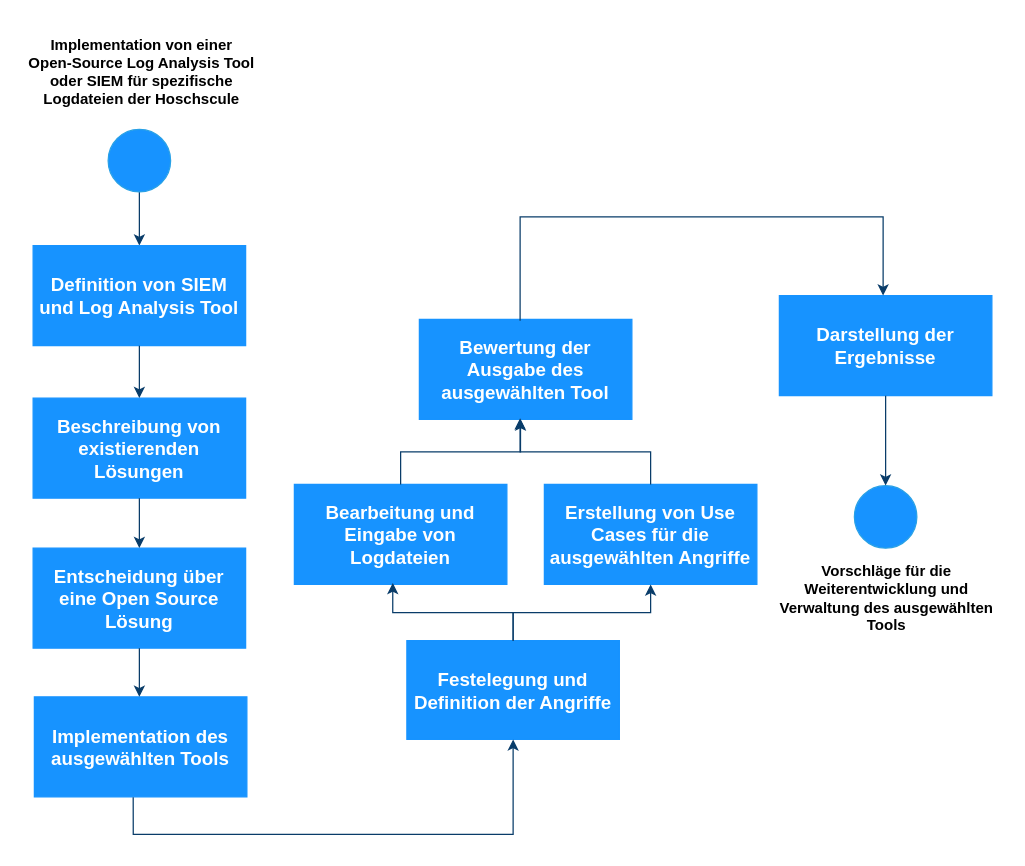
Above: Bachelorarbeit/assets/1_p1.drawio in Bruno-Macedo/Praxisbericht_Bacherloarbeit (draw.io), before the change. Source tidied: cells renumbered, new cells numbered last; positions are measured from the earlier drawing's top-left corner, leaving out a move shared by most shapes. Both pictures are drawn from the tidied source at 125%, with x=0, y=0 at pixel (21, 34).
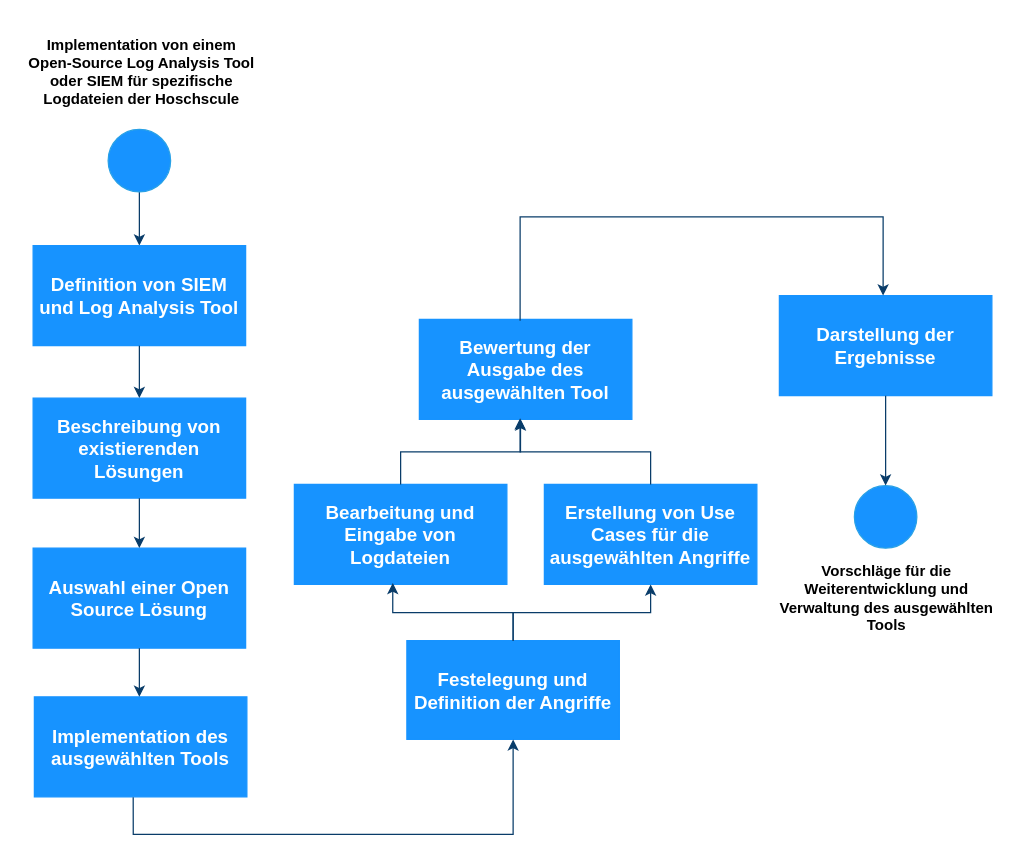
After the change.

What changed in the source:
```diff
@@
-    <mxCell id="4" value="&lt;p align=&quot;center&quot;&gt;&lt;b&gt;Implementation von einer Open-Source Log Analysis Tool oder SIEM für spezifische Logdateien der Hoschscule&lt;/b&gt;&lt;br&gt;&lt;/p&gt;" style="text;html=1;strokeColor=none;fillColor=none;spacing=5;spacingTop=-20;whiteSpace=wrap;overflow=hidden;rounded=0;" parent="1" vertex="1">
+    <mxCell id="4" value="&lt;p align=&quot;center&quot;&gt;&lt;b&gt;Implementation von einem Open-Source Log Analysis Tool oder SIEM für spezifische Logdateien der Hoschscule&lt;/b&gt;&lt;br&gt;&lt;/p&gt;" style="text;html=1;strokeColor=none;fillColor=none;spacing=5;spacingTop=-20;whiteSpace=wrap;overflow=hidden;rounded=0;" parent="1" vertex="1">
       <mxGeometry width="190" height="70" as="geometry" />
     </mxCell>
@@
-    <mxCell id="7" value="&lt;font style=&quot;font-size: 15px;&quot; color=&quot;#ffffff&quot;&gt;&lt;font style=&quot;font-size: 15px;&quot;&gt;&lt;b&gt;Entscheidung über eine Open Source Lösung&lt;/b&gt;&lt;/font&gt;&lt;/font&gt;&lt;font style=&quot;font-size: 13px;&quot; color=&quot;#ffffff&quot;&gt;&lt;b&gt;&lt;font style=&quot;font-size: 14px;&quot;&gt;&lt;font style=&quot;font-size: 15px;&quot;&gt;&lt;font style=&quot;font-size: 15px;&quot;&gt;&lt;br&gt;&lt;/font&gt;&lt;/font&gt;&lt;/font&gt;&lt;/b&gt;&lt;/font&gt;" style="rounded=0;whiteSpace=wrap;html=1;fillColor=#1793FF;strokeColor=#1793FF;" parent="1" vertex="1">
+    <mxCell id="7" value="&lt;font style=&quot;font-size: 15px;&quot; color=&quot;#ffffff&quot;&gt;&lt;font style=&quot;font-size: 15px;&quot;&gt;&lt;b&gt;Auswahl einer Open Source Lösung&lt;/b&gt;&lt;/font&gt;&lt;/font&gt;&lt;font style=&quot;font-size: 13px;&quot; color=&quot;#ffffff&quot;&gt;&lt;b&gt;&lt;font style=&quot;font-size: 14px;&quot;&gt;&lt;font style=&quot;font-size: 15px;&quot;&gt;&lt;font style=&quot;font-size: 15px;&quot;&gt;&lt;br&gt;&lt;/font&gt;&lt;/font&gt;&lt;/font&gt;&lt;/b&gt;&lt;/font&gt;" style="rounded=0;whiteSpace=wrap;html=1;fillColor=#1793FF;strokeColor=#1793FF;" parent="1" vertex="1">
       <mxGeometry x="9" y="411" width="170" height="80" as="geometry" />
     </mxCell>
```
